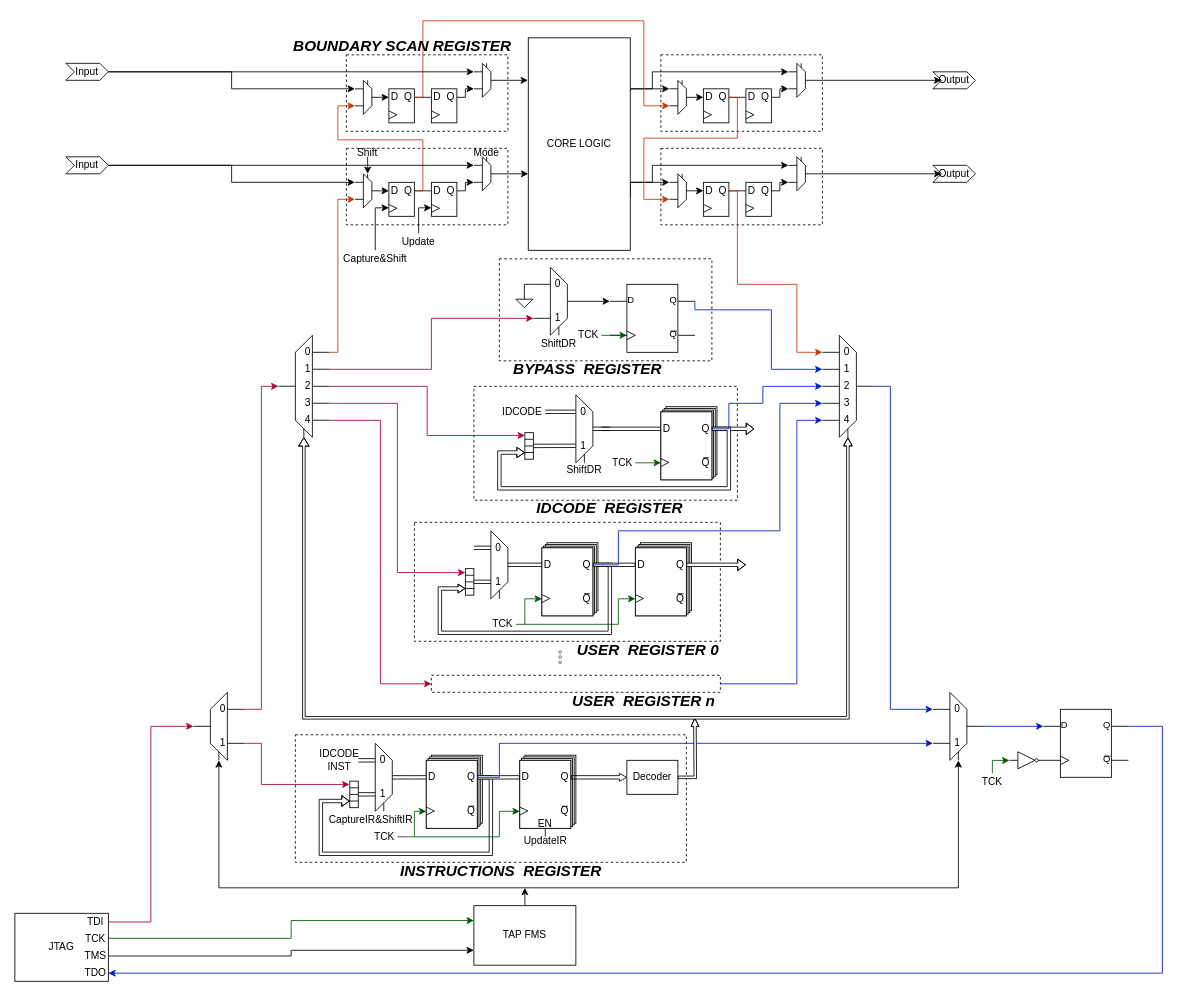
Earlier version of the draw.io diagram JTAG.drawio (Verdvana/JTAG). Source tidied: cells renumbered, new cells numbered last; positions are measured from the earlier drawing's top-left corner, leaving out a move shared by most shapes. Both pictures are drawn from the tidied source at 85%, with x=0, y=0 at pixel (14, 20).
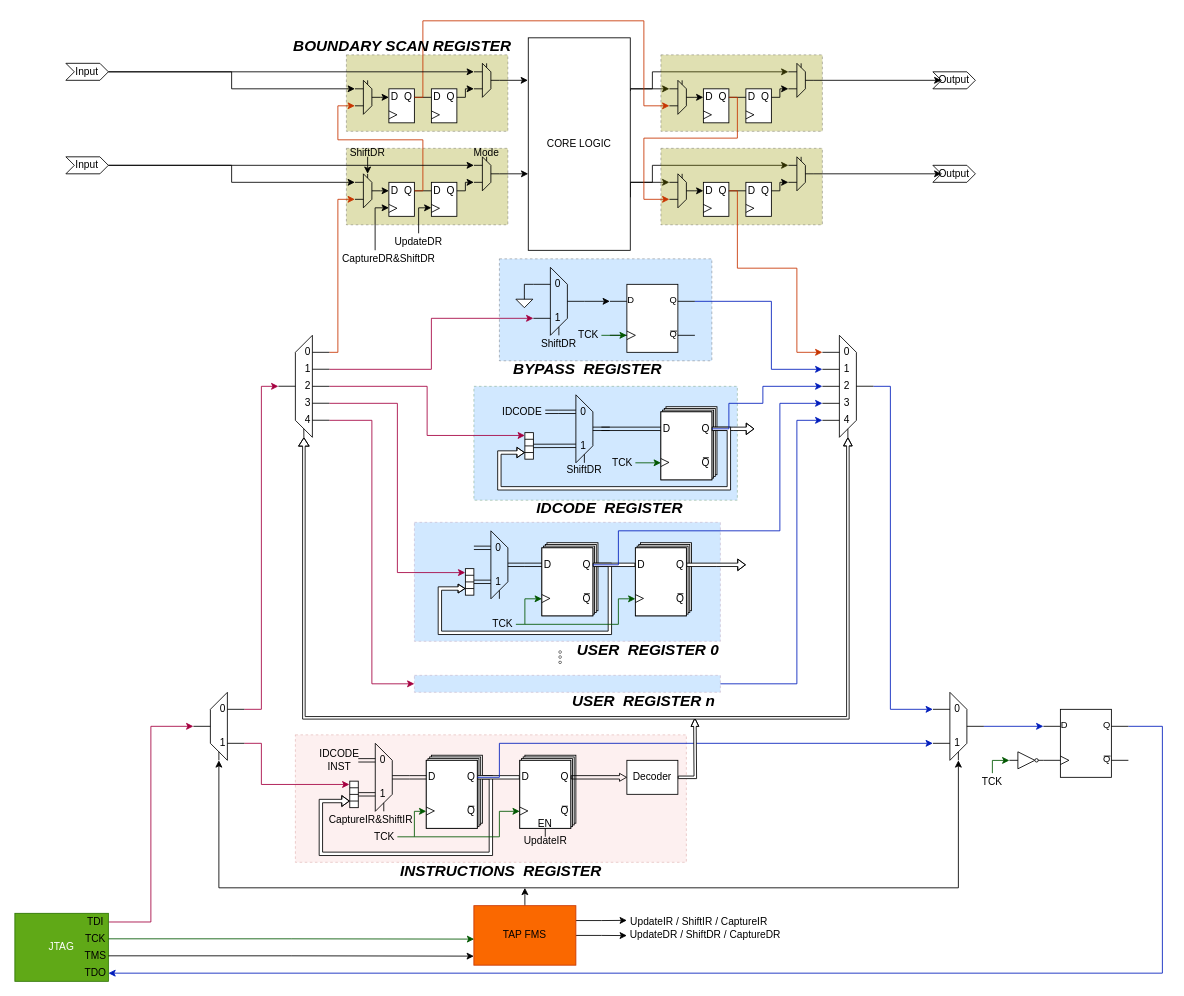
The same page after the edit.

Unchanged cells that the change refers to:
```xml
<mxCell id="7" style="group;" parent="1" vertex="1">
  <mxGeometry x="760" y="454" width="150" height="110" as="geometry" />
</mxCell>
<mxCell id="35" style="verticalLabelPosition=bottom;shadow=0;dashed=0;align=center;html=1;verticalAlign=top;shape=mxgraph.electrical.logic_gates.d_type_flip-flop;" parent="1" vertex="1">
  <mxGeometry x="700" y="310" width="100" height="80" as="geometry" />
</mxCell>
<mxCell id="197" style="group;points=[[0,0,0,0,20],[0,0.25,0,0,10],[0,0.5,0,0,0],[0,0.75,0,0,-10],[0,1,0,0,-20],[0.5,1,0,0,0],[1,0.5,0,0,0]];" parent="1" vertex="1">
  <mxGeometry x="950" y="370" width="60" height="120" as="geometry" />
</mxCell>
<mxCell id="232" style="whiteSpace=wrap;html=1;" parent="231" vertex="1">
  <mxGeometry width="30" height="40" as="geometry" />
</mxCell>
<mxCell id="309" value="Q" style="text;strokeColor=none;align=center;fillColor=none;html=1;verticalAlign=middle;whiteSpace=wrap;rounded=0;" parent="304" vertex="1">
  <mxGeometry x="16" y="4" width="14" height="12" as="geometry" />
</mxCell>
<mxCell id="420" value="TCK" style="text;strokeColor=none;align=center;fillColor=none;html=1;verticalAlign=middle;whiteSpace=wrap;rounded=0;" parent="1" vertex="1">
  <mxGeometry x="80" y="1070" width="30" height="20" as="geometry" />
</mxCell>
<mxCell id="423" value="TMS" style="text;strokeColor=none;align=center;fillColor=none;html=1;verticalAlign=middle;whiteSpace=wrap;rounded=0;" parent="1" vertex="1">
  <mxGeometry x="80" y="1090" width="30" height="20" as="geometry" />
</mxCell>
```

The edit, as a diff of the source:
```diff
@@
-    <mxCell id="2" style="rounded=0;whiteSpace=wrap;html=1;fillColor=none;dashed=1;" parent="1" vertex="1">
+    <mxCell id="2" style="rounded=0;whiteSpace=wrap;html=1;fillColor=#999900;dashed=1;opacity=30;" parent="1" vertex="1">
       <mxGeometry x="390" y="40" width="190" height="90" as="geometry" />
     </mxCell>
-    <mxCell id="3" style="rounded=0;whiteSpace=wrap;html=1;fillColor=none;dashed=1;" parent="1" vertex="1">
+    <mxCell id="3" style="rounded=0;whiteSpace=wrap;html=1;fillColor=#999900;dashed=1;opacity=30;" parent="1" vertex="1">
       <mxGeometry x="390" y="150" width="190" height="90" as="geometry" />
     </mxCell>
-    <mxCell id="4" style="rounded=0;whiteSpace=wrap;html=1;fillColor=none;dashed=1;" parent="1" vertex="1">
+    <mxCell id="4" style="rounded=0;whiteSpace=wrap;html=1;fillColor=#f8cecc;dashed=1;strokeColor=#b85450;gradientColor=none;opacity=30;" parent="1" vertex="1">
       <mxGeometry x="330" y="840" width="460" height="150" as="geometry" />
     </mxCell>
-    <mxCell id="5" style="rounded=0;whiteSpace=wrap;html=1;fillColor=none;dashed=1;" parent="1" vertex="1">
+    <mxCell id="5" style="rounded=0;whiteSpace=wrap;html=1;fillColor=#66B2FF;dashed=1;gradientColor=none;strokeColor=#996185;opacity=30;" parent="1" vertex="1">
       <mxGeometry x="470" y="590" width="360" height="140" as="geometry" />
     </mxCell>
-    <mxCell id="6" style="rounded=0;whiteSpace=wrap;html=1;fillColor=none;dashed=1;" parent="1" vertex="1">
+    <mxCell id="6" style="rounded=0;whiteSpace=wrap;html=1;fillColor=#66B2FF;dashed=1;opacity=30;" parent="1" vertex="1">
       <mxGeometry x="570" y="280" width="250" height="120" as="geometry" />
     </mxCell>
@@
-    <mxCell id="8" style="rounded=0;whiteSpace=wrap;html=1;fillColor=none;dashed=1;" parent="7" vertex="1">
+    <mxCell id="8" style="rounded=0;whiteSpace=wrap;html=1;fillColor=#66B2FF;dashed=1;fontColor=#ffffff;strokeColor=#005700;opacity=30;" parent="7" vertex="1">
       <mxGeometry x="-220" y="-24" width="310" height="134" as="geometry" />
     </mxCell>
@@
-    <mxCell id="141" style="rounded=0;whiteSpace=wrap;html=1;fillColor=none;dashed=1;" parent="1" vertex="1">
-      <mxGeometry x="490" y="770" width="340" height="20" as="geometry" />
+    <mxCell id="141" style="rounded=0;whiteSpace=wrap;html=1;fillColor=#66B2FF;dashed=1;gradientColor=none;strokeColor=#996185;opacity=30;" parent="1" vertex="1">
+      <mxGeometry x="470" y="770" width="360" height="20" as="geometry" />
     </mxCell>
@@
+    <mxCell id="424" style="edgeStyle=orthogonalEdgeStyle;rounded=0;jettySize=auto;html=1;exitX=1;exitY=0.25;exitDx=0;exitDy=0;" parent="1" edge="1" source="146">
+      <mxGeometry relative="1" as="geometry">
+        <mxPoint x="720" y="1058.3" as="targetPoint" />
+      </mxGeometry>
+    </mxCell>
+    <mxCell id="425" style="edgeStyle=orthogonalEdgeStyle;rounded=0;jettySize=auto;html=1;exitX=1;exitY=0.5;exitDx=0;exitDy=0;" parent="1" edge="1" source="146">
+      <mxGeometry relative="1" as="geometry">
+        <mxPoint x="720" y="1076.2" as="targetPoint" />
+      </mxGeometry>
+    </mxCell>
-    <mxCell id="146" value="TAP FMS" style="rounded=0;whiteSpace=wrap;html=1;" parent="1" vertex="1">
+    <mxCell id="146" value="TAP FMS" style="rounded=0;whiteSpace=wrap;html=1;fillColor=#fa6800;strokeColor=#C73500;fontColor=#000000;" parent="1" vertex="1">
       <mxGeometry x="540" y="1041" width="120" height="70" as="geometry" />
     </mxCell>
@@
     <mxCell id="175" style="edgeStyle=orthogonalEdgeStyle;rounded=0;jettySize=auto;html=1;exitX=1;exitY=0.25;exitDx=0;exitDy=0;exitPerimeter=0;entryX=0;entryY=0.25;entryDx=0;entryDy=10;entryPerimeter=0;fillColor=#0050ef;strokeColor=#001DBC;" parent="1" edge="1" source="35" target="197">
       <mxGeometry relative="1" as="geometry">
         <Array as="points">
-          <mxPoint x="890" y="340" />
+          <mxPoint x="890" y="330" />
           <mxPoint x="890" y="410" />
         </Array>
       </mxGeometry>
     </mxCell>
@@
-    <mxCell id="214" style="edgeStyle=orthogonalEdgeStyle;rounded=0;jettySize=auto;html=1;entryX=0;entryY=0.75;entryDx=0;entryDy=0;exitX=1;exitY=0.64;exitDx=0;exitDy=-1;exitPerimeter=0;" parent="1" edge="1" source="217" target="146">
-      <mxGeometry relative="1" as="geometry" />
-    </mxCell>
-    <mxCell id="215" style="edgeStyle=orthogonalEdgeStyle;rounded=0;jettySize=auto;html=1;entryX=0;entryY=0.25;entryDx=0;entryDy=0;exitX=1;exitY=0.38;exitDx=0;exitDy=-1;exitPerimeter=0;fillColor=#008a00;strokeColor=#005700;" parent="1" edge="1" source="217" target="146">
-      <mxGeometry relative="1" as="geometry" />
-    </mxCell>
@@
-    <mxCell id="217" value="JTAG" style="rounded=0;whiteSpace=wrap;html=1;points=[[0,0,0,0,0],[0,0.25,0,0,0],[0,0.5,0,0,0],[0,0.75,0,0,0],[0,1,0,0,0],[0.25,0,0,0,0],[0.25,1,0,0,0],[0.5,0,0,0,0],[0.5,1,0,0,0],[0.75,0,0,0,0],[0.75,1,0,0,0],[1,0,0,0,0],[1,0.14,0,0,-1],[1,0.38,0,0,-1],[1,0.64,0,0,-1],[1,0.88,0,0,0],[1,1,0,0,0]];" parent="1" vertex="1">
+    <mxCell id="217" value="JTAG" style="rounded=0;whiteSpace=wrap;html=1;points=[[0,0,0,0,0],[0,0.25,0,0,0],[0,0.5,0,0,0],[0,0.75,0,0,0],[0,1,0,0,0],[0.25,0,0,0,0],[0.25,1,0,0,0],[0.5,0,0,0,0],[0.5,1,0,0,0],[0.75,0,0,0,0],[0.75,1,0,0,0],[1,0,0,0,0],[1,0.14,0,0,-1],[1,0.38,0,0,-1],[1,0.64,0,0,-1],[1,0.88,0,0,0],[1,1,0,0,0]];fillColor=#60a917;fontColor=#ffffff;strokeColor=#2D7600;" parent="1" vertex="1">
       <mxGeometry y="1050" width="110" height="80" as="geometry" />
     </mxCell>
@@
-    <mxCell id="303" style="rounded=0;whiteSpace=wrap;html=1;fillColor=none;dashed=1;" parent="1" vertex="1">
+    <mxCell id="303" style="rounded=0;whiteSpace=wrap;html=1;fillColor=#999900;dashed=1;opacity=30;" parent="1" vertex="1">
       <mxGeometry x="760" y="150" width="190" height="90" as="geometry" />
     </mxCell>
@@
     <mxCell id="338" style="edgeStyle=orthogonalEdgeStyle;rounded=0;jettySize=auto;html=1;exitX=1;exitY=0.5;exitDx=0;exitDy=0;entryX=0;entryY=0;entryDx=0;entryDy=20;entryPerimeter=0;fillColor=#fa6800;strokeColor=#C73500;" parent="1" edge="1" source="309" target="197">
       <mxGeometry relative="1" as="geometry">
         <Array as="points">
           <mxPoint x="850" y="200" />
-          <mxPoint x="850" y="310" />
-          <mxPoint x="920" y="310" />
+          <mxPoint x="850" y="291" />
+          <mxPoint x="920" y="291" />
           <mxPoint x="920" y="390" />
         </Array>
       </mxGeometry>
     </mxCell>
-    <mxCell id="339" style="rounded=0;whiteSpace=wrap;html=1;fillColor=none;dashed=1;" parent="1" vertex="1">
+    <mxCell id="339" style="rounded=0;whiteSpace=wrap;html=1;fillColor=#999900;dashed=1;opacity=30;" parent="1" vertex="1">
       <mxGeometry x="760" y="40" width="190" height="90" as="geometry" />
     </mxCell>
@@
-    <mxCell id="393" style="edgeStyle=orthogonalEdgeStyle;rounded=0;jettySize=auto;html=1;exitX=0.5;exitY=0;exitDx=0;exitDy=0;entryX=0;entryY=0.75;entryDx=0;entryDy=0;" parent="1" edge="1" source="394" target="232">
+    <mxCell id="393" style="edgeStyle=orthogonalEdgeStyle;rounded=0;jettySize=auto;html=1;exitX=0.298;exitY=-0.005;exitDx=0;exitDy=0;entryX=0;entryY=0.75;entryDx=0;entryDy=0;exitPerimeter=0;" parent="1" edge="1" source="394" target="232">
       <mxGeometry relative="1" as="geometry">
         <Array as="points">
           <mxPoint x="424" y="220" />
         </Array>
       </mxGeometry>
     </mxCell>
-    <mxCell id="394" value="Capture&amp;amp;Shift" style="text;strokeColor=none;align=center;fillColor=none;html=1;verticalAlign=middle;whiteSpace=wrap;rounded=0;" parent="1" vertex="1">
-      <mxGeometry x="384" y="270" width="80" height="20" as="geometry" />
+    <mxCell id="394" value="CaptureDR&amp;amp;ShiftDR" style="text;strokeColor=none;align=center;fillColor=none;html=1;verticalAlign=middle;whiteSpace=wrap;rounded=0;" parent="1" vertex="1">
+      <mxGeometry x="400" y="270" width="80" height="20" as="geometry" />
     </mxCell>
@@
-    <mxCell id="396" value="Update" style="text;strokeColor=none;align=center;fillColor=none;html=1;verticalAlign=middle;whiteSpace=wrap;rounded=0;" parent="1" vertex="1">
+    <mxCell id="396" value="UpdateDR" style="text;strokeColor=none;align=center;fillColor=none;html=1;verticalAlign=middle;whiteSpace=wrap;rounded=0;" parent="1" vertex="1">
       <mxGeometry x="455" y="250" width="40" height="20" as="geometry" />
     </mxCell>
@@
-    <mxCell id="398" value="Shift" style="text;strokeColor=none;align=center;fillColor=none;html=1;verticalAlign=middle;whiteSpace=wrap;rounded=0;" parent="1" vertex="1">
+    <mxCell id="398" value="ShiftDR" style="text;strokeColor=none;align=center;fillColor=none;html=1;verticalAlign=middle;whiteSpace=wrap;rounded=0;" parent="1" vertex="1">
       <mxGeometry x="400" y="150" width="30" height="10" as="geometry" />
     </mxCell>
@@
+    <mxCell id="426" style="edgeStyle=orthogonalEdgeStyle;rounded=0;jettySize=auto;html=1;exitX=1;exitY=0.5;exitDx=0;exitDy=0;entryX=0.003;entryY=0.562;entryDx=0;entryDy=0;entryPerimeter=0;fillColor=#008a00;strokeColor=#005700;" parent="1" edge="1" source="420" target="146">
+      <mxGeometry relative="1" as="geometry" />
+    </mxCell>
+    <mxCell id="427" style="edgeStyle=orthogonalEdgeStyle;rounded=0;jettySize=auto;html=1;exitX=1;exitY=0.5;exitDx=0;exitDy=0;entryX=0;entryY=0.848;entryDx=0;entryDy=0;entryPerimeter=0;" parent="1" edge="1" source="423" target="146">
+      <mxGeometry relative="1" as="geometry" />
+    </mxCell>
+    <mxCell id="428" value="UpdateIR / ShiftIR / CaptureIR" style="text;strokeColor=none;align=center;fillColor=none;html=1;verticalAlign=middle;whiteSpace=wrap;rounded=0;" parent="1" vertex="1">
+      <mxGeometry x="720" y="1055" width="170" height="10" as="geometry" />
+    </mxCell>
+    <mxCell id="429" value="UpdateDR / ShiftDR / CaptureDR" style="text;strokeColor=none;align=center;fillColor=none;html=1;verticalAlign=middle;whiteSpace=wrap;rounded=0;" parent="1" vertex="1">
+      <mxGeometry x="720" y="1071" width="185" height="10" as="geometry" />
+    </mxCell>
```
